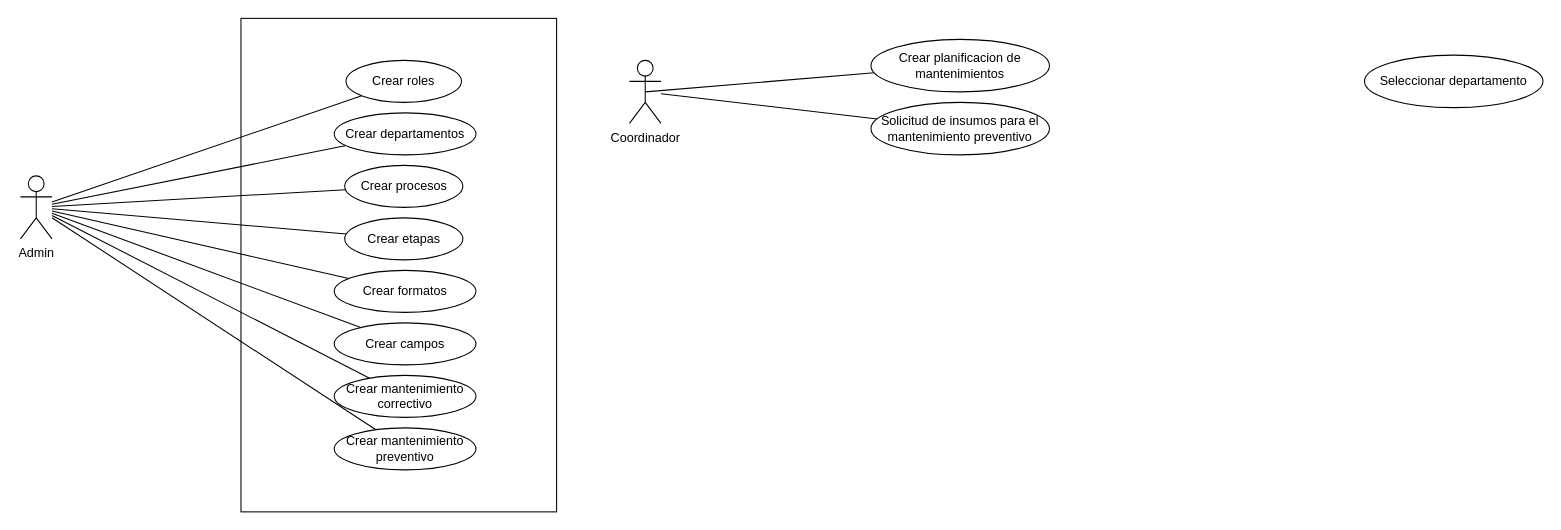
Before: Use cases.drawio in DevKike/maintenance_management_system, a draw.io diagram. Source tidied: cells renumbered, new cells numbered last; positions are measured from the earlier drawing's top-left corner, leaving out a move shared by most shapes. Both pictures are drawn from the tidied source at 105%, with x=0, y=0 at pixel (20, 18).
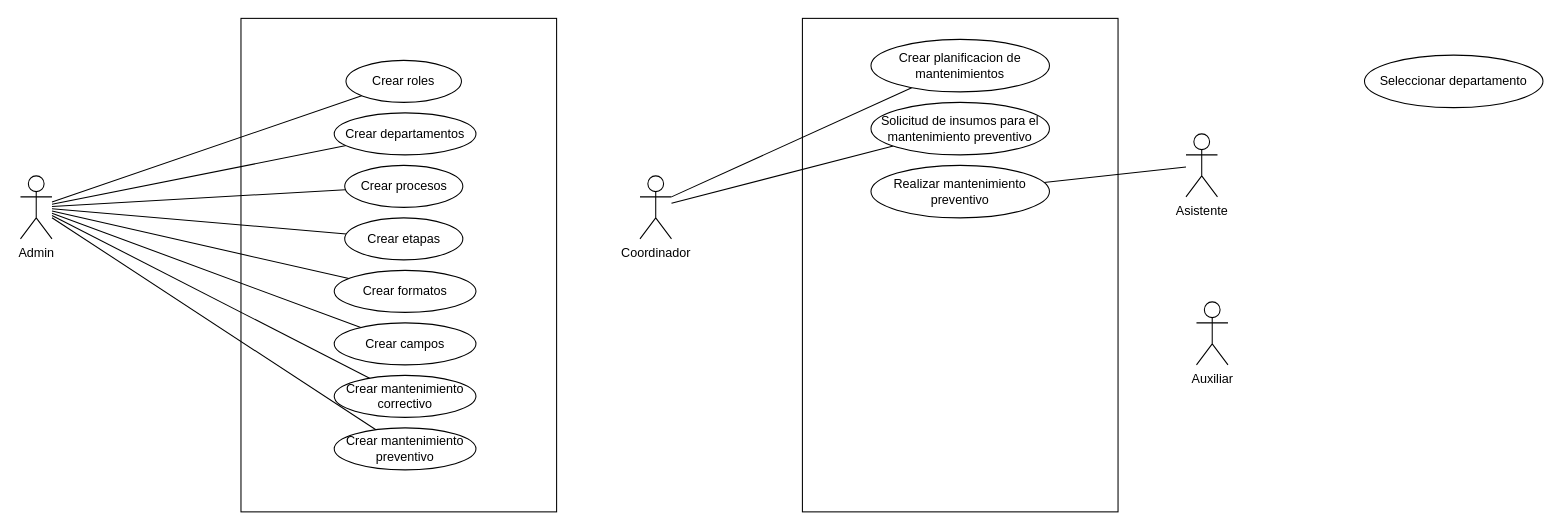
After the change.

Unchanged cells that the change refers to:
```xml
<mxCell id="24" value="Crear planificacion de mantenimientos" style="ellipse;whiteSpace=wrap;html=1;" parent="1" vertex="1">
  <mxGeometry x="810" y="20" width="170" height="50" as="geometry" />
</mxCell>
```

The edit, as a diff of the source:
```diff
@@
+    <mxCell id="26" style="rounded=0;whiteSpace=wrap;html=1;fontFamily=Helvetica;fontSize=11;fontColor=default;labelBackgroundColor=default;" parent="1" vertex="1">
+      <mxGeometry x="744.7" width="300.6" height="470" as="geometry" />
+    </mxCell>
@@
-    <mxCell id="18" style="edgeStyle=none;shape=connector;rounded=0;jettySize=auto;html=1;exitX=0.5;exitY=0.5;exitDx=0;exitDy=0;exitPerimeter=0;strokeColor=default;align=center;verticalAlign=middle;fontFamily=Helvetica;fontSize=11;fontColor=default;labelBackgroundColor=default;endArrow=none;endFill=0;" parent="1" edge="1" source="20" target="24">
+    <mxCell id="18" style="edgeStyle=none;shape=connector;rounded=0;jettySize=auto;html=1;exitX=1;exitY=0.3333333333333333;exitDx=0;exitDy=0;exitPerimeter=0;strokeColor=default;align=center;verticalAlign=middle;fontFamily=Helvetica;fontSize=11;fontColor=default;labelBackgroundColor=default;endArrow=none;endFill=0;" parent="1" edge="1" source="20" target="24">
       <mxGeometry relative="1" as="geometry" />
     </mxCell>
@@
     <mxCell id="20" value="Coordinador" style="shape=umlActor;verticalLabelPosition=bottom;verticalAlign=top;html=1;outlineConnect=0;" parent="1" vertex="1">
-      <mxGeometry x="580" y="40" width="30" height="60" as="geometry" />
+      <mxGeometry x="590" y="150" width="30" height="60" as="geometry" />
     </mxCell>
@@
+    <mxCell id="27" style="edgeStyle=none;shape=connector;rounded=0;jettySize=auto;html=1;strokeColor=default;align=center;verticalAlign=middle;fontFamily=Helvetica;fontSize=11;fontColor=default;labelBackgroundColor=default;endArrow=none;endFill=0;" parent="1" edge="1" source="28" target="30">
+      <mxGeometry relative="1" as="geometry" />
+    </mxCell>
+    <mxCell id="28" value="Asistente" style="shape=umlActor;verticalLabelPosition=bottom;verticalAlign=top;html=1;outlineConnect=0;" parent="1" vertex="1">
+      <mxGeometry x="1110" y="110" width="30" height="60" as="geometry" />
+    </mxCell>
+    <mxCell id="29" value="Auxiliar" style="shape=umlActor;verticalLabelPosition=bottom;verticalAlign=top;html=1;" parent="1" vertex="1">
+      <mxGeometry x="1120" y="270" width="30" height="60" as="geometry" />
+    </mxCell>
+    <mxCell id="30" value="Realizar mantenimiento preventivo" style="ellipse;whiteSpace=wrap;html=1;" parent="1" vertex="1">
+      <mxGeometry x="810" y="140" width="170" height="50" as="geometry" />
+    </mxCell>
```
